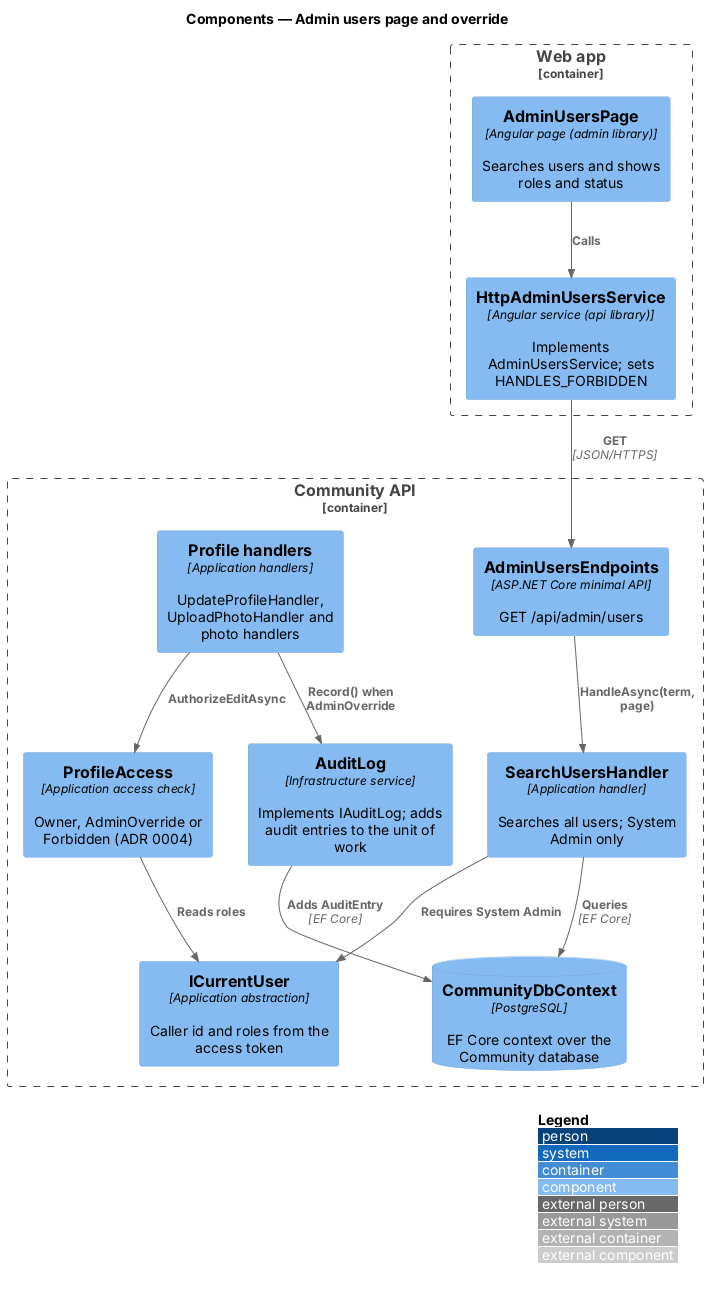
The PlantUML diagram docs/detailed-designs/admin/admin-users-and-override/diagrams/c4-component.png in QuinntyneBrown/faithtech-community, before a commit. Its diagram source:
```plantuml
@startuml
!include <C4/C4_Component>
LAYOUT_WITH_LEGEND()
title Components — Admin users page and override
Container_Boundary(web, "Web app") {
  Component(page, "AdminUsersPage", "Angular page (admin library)", "Searches users and shows roles and status")
  Component(svc, "HttpAdminUsersService", "Angular service (api library)", "Implements AdminUsersService; sets HANDLES_FORBIDDEN")
}
Container_Boundary(api, "Community API") {
  Component(ep, "AdminUsersEndpoints", "ASP.NET Core minimal API", "GET /api/admin/users")
  Component(h, "SearchUsersHandler", "Application handler", "Searches all users; System Admin only")
  Component(cur, "ICurrentUser", "Application abstraction", "Caller id and roles from the access token")
  Component(access, "ProfileAccess", "Application access check", "Owner, AdminOverride or Forbidden (ADR 0004)")
  Component(other, "Profile handlers", "Application handlers", "UpdateProfileHandler, UploadPhotoHandler and photo handlers")
  Component(audit, "AuditLog", "Infrastructure service", "Implements IAuditLog; adds audit entries to the unit of work")
  ComponentDb(db, "CommunityDbContext", "PostgreSQL", "EF Core context over the Community database")
}
Rel(page, svc, "Calls")
Rel(svc, ep, "GET", "JSON/HTTPS")
Rel(ep, h, "HandleAsync(term, page)")
Rel(h, cur, "Requires System Admin")
Rel(h, db, "Queries", "EF Core")
Rel(other, access, "AuthorizeEditAsync")
Rel(access, cur, "Reads roles")
Rel(other, audit, "Record() when AdminOverride")
Rel(audit, db, "Adds AuditEntry", "EF Core")
@enduml
```
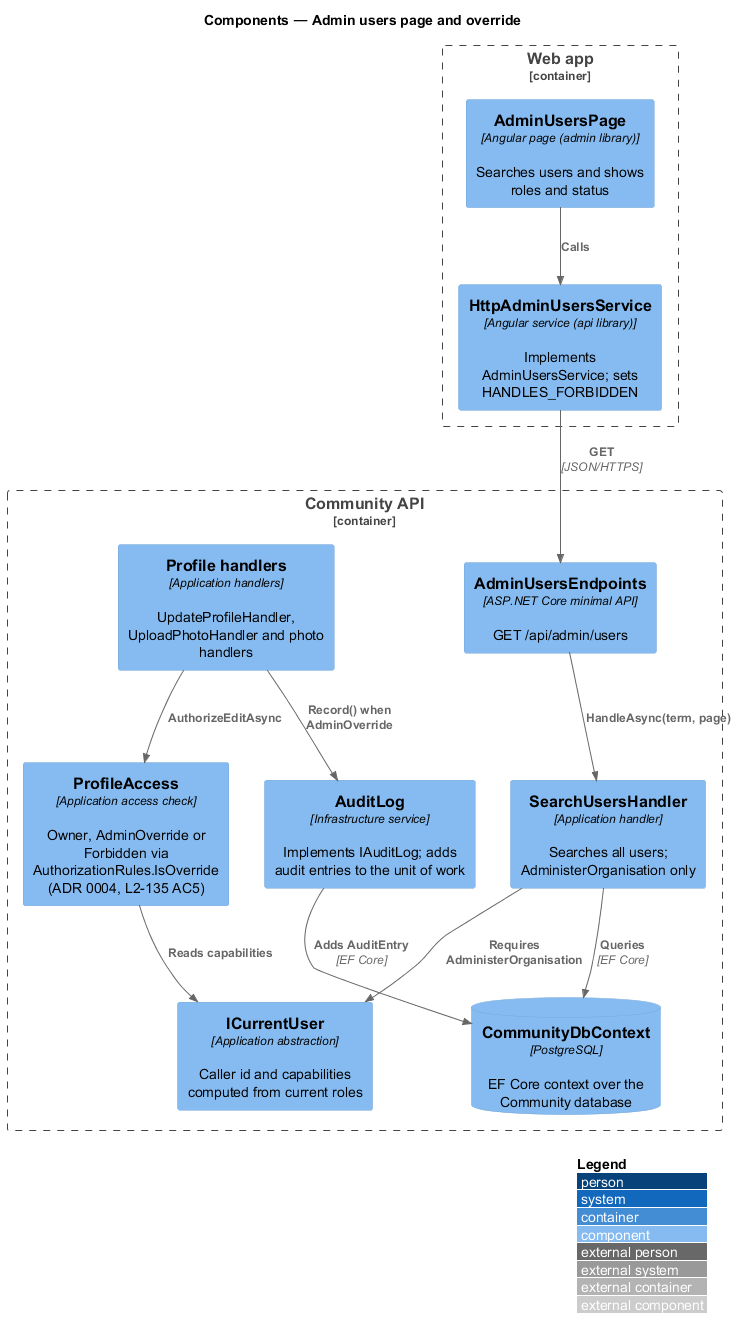
After the commit.

The edit, as a diff of the source:
```diff
@@ -8,9 +8,9 @@
 }
 Container_Boundary(api, "Community API") {
   Component(ep, "AdminUsersEndpoints", "ASP.NET Core minimal API", "GET /api/admin/users")
-  Component(h, "SearchUsersHandler", "Application handler", "Searches all users; System Admin only")
-  Component(cur, "ICurrentUser", "Application abstraction", "Caller id and roles from the access token")
-  Component(access, "ProfileAccess", "Application access check", "Owner, AdminOverride or Forbidden (ADR 0004)")
+  Component(h, "SearchUsersHandler", "Application handler", "Searches all users; AdministerOrganisation only")
+  Component(cur, "ICurrentUser", "Application abstraction", "Caller id and capabilities computed from current roles")
+  Component(access, "ProfileAccess", "Application access check", "Owner, AdminOverride or Forbidden via AuthorizationRules.IsOverride (ADR 0004, L2-135 AC5)")
   Component(other, "Profile handlers", "Application handlers", "UpdateProfileHandler, UploadPhotoHandler and photo handlers")
   Component(audit, "AuditLog", "Infrastructure service", "Implements IAuditLog; adds audit entries to the unit of work")
   ComponentDb(db, "CommunityDbContext", "PostgreSQL", "EF Core context over the Community database")
@@ -18,10 +18,10 @@
 Rel(page, svc, "Calls")
 Rel(svc, ep, "GET", "JSON/HTTPS")
 Rel(ep, h, "HandleAsync(term, page)")
-Rel(h, cur, "Requires System Admin")
+Rel(h, cur, "Requires AdministerOrganisation")
 Rel(h, db, "Queries", "EF Core")
 Rel(other, access, "AuthorizeEditAsync")
-Rel(access, cur, "Reads roles")
+Rel(access, cur, "Reads capabilities")
 Rel(other, audit, "Record() when AdminOverride")
 Rel(audit, db, "Adds AuditEntry", "EF Core")
 @enduml
```
